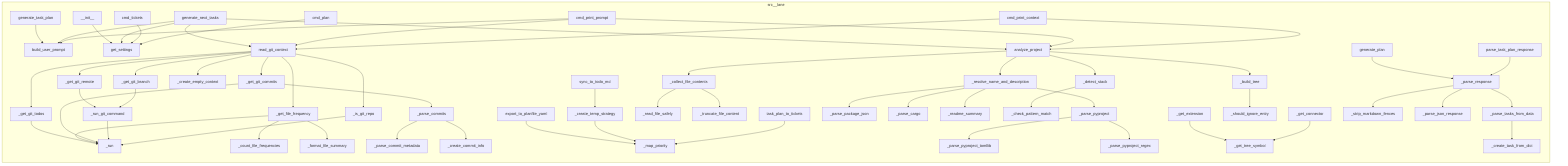
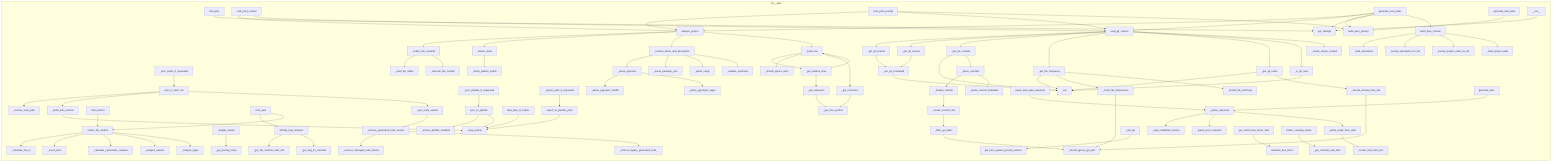
flowchart LR
%% generated in 0.00s
    subgraph src__lane
+         src__lane__providers__openai_compat___parse_tasks_from_data["_parse_tasks_from_data"]
+         src__lane__git_reader___should_include_todo_line["_should_include_todo_line"]
+         src__lane__metrics__coupling__collect_coupling_matrix["collect_coupling_matrix"]
+         src__lane__llm_client__OpenAICompatibleLLMClient__generate_task_plan["generate_task_plan"]
+         src__lane__koru_context__build_koru_context["build_koru_context"]
+         src__lane__git_reader___create_empty_context["_create_empty_context"]
+         src__lane__ticket_generator___remove_generated_todo_sections["_remove_generated_todo_section"]
+         src__lane__metrics__complexity___count_lines["_count_lines"]
+         src__lane__project_analyzer___check_pattern_match["_check_pattern_match"]
+         src__lane__project_analyzer___truncate_file_content["_truncate_file_content"]
+         src__lane__metrics__complexity___calculate_fan_in["_calculate_fan_in"]
+         src__lane__project_analyzer___parse_cargo["_parse_cargo"]
+         src__lane__providers__openai_compat___create_task_from_dict["_create_task_from_dict"]
        src__lane__llm_client__build_user_prompt["build_user_prompt"]
+         src__lane__ticket_generator__sync_to_todo_md["sync_to_todo_md"]
+         src__lane__cli___export_yaml_if_requested["_export_yaml_if_requested"]
+         src__lane__cli__cmd_auto["cmd_auto"]
+         src__lane__ticket_generator___ensure_planfile_installed["_ensure_planfile_installed"]
+         src__lane__project_analyzer___detect_stack["_detect_stack"]
        src__lane__project_analyzer___parse_pyproject_tomllib["_parse_pyproject_tomllib"]
+         src__lane__providers__openai_compat___strip_markdown_fences["_strip_markdown_fences"]
+         src__lane__project_analyzer__analyze_project["analyze_project"]
+         src__lane__cli___sync_todos_if_requested["_sync_todos_if_requested"]
        src__lane__git_reader___is_git_repo["_is_git_repo"]
+         src__lane__ticket_generator___resolve_todo_path["_resolve_todo_path"]
+         src__lane__koru_context___format_project_state_for_llm["_format_project_state_for_llm"]
+         src__lane__providers__openai_compat___parse_json_response["_parse_json_response"]
+         src__lane__git_reader___parse_commit_metadata["_parse_commit_metadata"]
+         src__lane__git_reader___count_file_frequencies["_count_file_frequencies"]
+         src__lane__planner__generate_next_tasks["generate_next_tasks"]
+         src__lane__koru_context___load_operations["_load_operations"]
+         src__lane__providers__openai_compat__OpenAICompatProvider____init__["__init__"]
+         src__lane__ticket_generator___remove_legacy_generated_todo_sections["_remove_legacy_generated_todo_"]
+         src__lane__metrics__hotspots___get_bug_fix_commits["_get_bug_fix_commits"]
+         src__lane__providers__openai_compat___parse_response["_parse_response"]
+         src__lane__git_reader___format_file_summary["_format_file_summary"]
+         src__lane__cli___sync_planfile_if_requested["_sync_planfile_if_requested"]
+         src__lane__koru_context__get_koru_system_prompt_extension["get_koru_system_prompt_extensi"]
+         src__lane__project_analyzer___collect_file_contents["_collect_file_contents"]
+         src__lane__project_analyzer___parse_package_json["_parse_package_json"]
+         src__lane__git_reader___create_commit_info["_create_commit_info"]
+         src__lane__git_reader___get_git_remote["_get_git_remote"]
+         src__lane__cli___get_priority_emoji["_get_priority_emoji"]
+         src__lane__metrics__complexity___analyze_types["_analyze_types"]
+         src__lane__cli__cmd_metrics["cmd_metrics"]
+         src__lane__ticket_generator__sync_to_planfile["sync_to_planfile"]
+         src__lane__metrics__complexity___calculate_cyclomatic_complexity["_calculate_cyclomatic_complexi"]
+         src__lane__metrics__complexity__collect_file_metrics["collect_file_metrics"]
+         src__lane__git_reader___parse_commits["_parse_commits"]
+         src__lane__git_reader___finalize_commit["_finalize_commit"]
+         src__lane__git_reader___get_git_todos["_get_git_todos"]
+         src__lane__metrics__hotspots__calculate_bus_factor["calculate_bus_factor"]
+         src__lane__ticket_generator__task_plan_to_tickets["task_plan_to_tickets"]
+         src__lane__project_analyzer___resolve_name_and_description["_resolve_name_and_description"]
+         src__lane__project_analyzer___get_tree_symbol["_get_tree_symbol"]
+         src__lane__project_analyzer___get_connector["_get_connector"]
+         src__lane__project_analyzer___read_file_safely["_read_file_safely"]
+         src__lane__project_analyzer___get_extension["_get_extension"]
+         src__lane__project_analyzer___should_ignore_entry["_should_ignore_entry"]
+         src__lane__metrics__hotspots__get_critical_bus_factor_files["get_critical_bus_factor_files"]
+         src__lane__metrics__hotspots___get_file_commits_with_info["_get_file_commits_with_info"]
+         src__lane__git_reader___get_git_commits["_get_git_commits"]
+         src__lane__koru_context___load_project_state["_load_project_state"]
+         src__lane__cli__cmd_print_context["cmd_print_context"]
+         src__lane__llm_client__parse_task_plan_response["parse_task_plan_response"]
+         src__lane__metrics__complexity___analyze_imports["_analyze_imports"]
+         src__lane__git_reader___should_ignore_git_path["_should_ignore_git_path"]
+         src__lane__cli___display_tickets["_display_tickets"]
+         src__lane__config__get_settings["get_settings"]
+         src__lane__cli__cmd_plan["cmd_plan"]
+         src__lane__ticket_generator___sync_todo_section["_sync_todo_section"]
+         src__lane__project_analyzer___parse_pyproject["_parse_pyproject"]
+         src__lane__ticket_generator___remove_managed_todo_blocks["_remove_managed_todo_blocks"]
+         src__lane__git_reader___run["_run"]
+         src__lane__koru_context___format_operations_for_llm["_format_operations_for_llm"]
+         src__lane__git_reader___filter_git_paths["_filter_git_paths"]
+         src__lane__git_reader___get_git_branch["_get_git_branch"]
+         src__lane__project_analyzer___get_subtree_lines["_get_subtree_lines"]
+         src__lane__git_reader__read_git_context["read_git_context"]
+         src__lane__ticket_generator___map_priority["_map_priority"]
+         src__lane__providers__openai_compat__OpenAICompatProvider__generate_plan["generate_plan"]
+         src__lane__project_analyzer___parse_pyproject_regex["_parse_pyproject_regex"]
+         src__lane__providers__openai_compat__OpenAICompatProvider___call_api["_call_api"]
        src__lane__project_analyzer___build_tree["_build_tree"]
-         src__lane__project_analyzer__analyze_project["analyze_project"]
-         src__lane__git_reader___run["_run"]
-         src__lane__git_reader___get_git_commits["_get_git_commits"]
+         src__lane__git_reader___run_git_command["_run_git_command"]
+         src__lane__project_analyzer___readme_summary["_readme_summary"]
+         src__lane__git_reader___get_file_frequency["_get_file_frequency"]
+         src__lane__ticket_generator___build_todo_section["_build_todo_section"]
+         src__lane__cli__cmd_print_prompt["cmd_print_prompt"]
        src__lane__ticket_generator__export_to_planfile_yaml["export_to_planfile_yaml"]
-         src__lane__providers__openai_compat__OpenAICompatProvider__generate_plan["generate_plan"]
-         src__lane__project_analyzer___get_tree_symbol["_get_tree_symbol"]
-         src__lane__providers__openai_compat__OpenAICompatProvider____init__["__init__"]
-         src__lane__project_analyzer___detect_stack["_detect_stack"]
-         src__lane__providers__openai_compat___strip_markdown_fences["_strip_markdown_fences"]
-         src__lane__ticket_generator__task_plan_to_tickets["task_plan_to_tickets"]
-         src__lane__cli__cmd_print_context["cmd_print_context"]
-         src__lane__cli__cmd_plan["cmd_plan"]
-         src__lane__planner__generate_next_tasks["generate_next_tasks"]
-         src__lane__git_reader___get_git_todos["_get_git_todos"]
-         src__lane__ticket_generator__sync_to_todo_md["sync_to_todo_md"]
-         src__lane__project_analyzer___readme_summary["_readme_summary"]
-         src__lane__config__get_settings["get_settings"]
-         src__lane__git_reader___get_file_frequency["_get_file_frequency"]
-         src__lane__project_analyzer___parse_pyproject["_parse_pyproject"]
-         src__lane__providers__openai_compat___create_task_from_dict["_create_task_from_dict"]
-         src__lane__providers__openai_compat___parse_response["_parse_response"]
-         src__lane__project_analyzer___read_file_safely["_read_file_safely"]
-         src__lane__project_analyzer___parse_cargo["_parse_cargo"]
-         src__lane__project_analyzer___check_pattern_match["_check_pattern_match"]
-         src__lane__ticket_generator___map_priority["_map_priority"]
-         src__lane__project_analyzer___truncate_file_content["_truncate_file_content"]
-         src__lane__project_analyzer___resolve_name_and_description["_resolve_name_and_description"]
-         src__lane__project_analyzer___collect_file_contents["_collect_file_contents"]
-         src__lane__git_reader___format_file_summary["_format_file_summary"]
-         src__lane__git_reader___parse_commits["_parse_commits"]
-         src__lane__project_analyzer___should_ignore_entry["_should_ignore_entry"]
-         src__lane__git_reader___get_git_remote["_get_git_remote"]
-         src__lane__project_analyzer___get_extension["_get_extension"]
-         src__lane__git_reader___create_commit_info["_create_commit_info"]
-         src__lane__cli__cmd_print_prompt["cmd_print_prompt"]
-         src__lane__project_analyzer___parse_package_json["_parse_package_json"]
-         src__lane__cli__cmd_tickets["cmd_tickets"]
-         src__lane__git_reader___run_git_command["_run_git_command"]
-         src__lane__git_reader___count_file_frequencies["_count_file_frequencies"]
-         src__lane__providers__openai_compat___parse_json_response["_parse_json_response"]
-         src__lane__llm_client__OpenAICompatibleLLMClient__generate_task_plan["generate_task_plan"]
-         src__lane__llm_client__parse_task_plan_response["parse_task_plan_response"]
-         src__lane__git_reader___create_empty_context["_create_empty_context"]
-         src__lane__project_analyzer___get_connector["_get_connector"]
-         src__lane__git_reader___get_git_branch["_get_git_branch"]
-         src__lane__git_reader___parse_commit_metadata["_parse_commit_metadata"]
-         src__lane__project_analyzer___parse_pyproject_regex["_parse_pyproject_regex"]
-         src__lane__ticket_generator___create_temp_strategy["_create_temp_strategy"]
-         src__lane__git_reader__read_git_context["read_git_context"]
-         src__lane__providers__openai_compat___parse_tasks_from_data["_parse_tasks_from_data"]
+         src__lane__metrics__coupling___get_commits_with_files["_get_commits_with_files"]
+         src__lane__metrics__hotspots__identify_bug_hotspots["identify_bug_hotspots"]
    end
    src__lane__cli__cmd_plan --> src__lane__config__get_settings
    src__lane__cli__cmd_print_context --> src__lane__project_analyzer__analyze_project
    src__lane__cli__cmd_print_context --> src__lane__git_reader__read_git_context
    src__lane__cli__cmd_print_prompt --> src__lane__project_analyzer__analyze_project
    src__lane__cli__cmd_print_prompt --> src__lane__git_reader__read_git_context
    src__lane__cli__cmd_print_prompt --> src__lane__llm_client__build_user_prompt
-     src__lane__cli__cmd_tickets --> src__lane__config__get_settings
+     src__lane__cli___sync_todos_if_requested --> src__lane__ticket_generator__sync_to_todo_md
+     src__lane__cli___sync_planfile_if_requested --> src__lane__ticket_generator__sync_to_planfile
+     src__lane__cli___export_yaml_if_requested --> src__lane__ticket_generator__export_to_planfile_yaml
+     src__lane__cli___display_tickets --> src__lane__cli___get_priority_emoji
+     src__lane__cli__cmd_metrics --> src__lane__metrics__complexity__collect_file_metrics
+     src__lane__cli__cmd_auto --> src__lane__metrics__hotspots__identify_bug_hotspots
+     src__lane__cli__cmd_auto --> src__lane__metrics__complexity__collect_file_metrics
    src__lane__git_reader___is_git_repo --> src__lane__git_reader___run
    src__lane__git_reader___run_git_command --> src__lane__git_reader___run
    src__lane__git_reader___get_git_branch --> src__lane__git_reader___run_git_command
    src__lane__git_reader___get_git_remote --> src__lane__git_reader___run_git_command
    src__lane__git_reader___get_git_commits --> src__lane__git_reader___run
    src__lane__git_reader___get_git_commits --> src__lane__git_reader___parse_commits
+     src__lane__git_reader___count_file_frequencies --> src__lane__git_reader___should_ignore_git_path
    src__lane__git_reader___get_file_frequency --> src__lane__git_reader___run
    src__lane__git_reader___get_file_frequency --> src__lane__git_reader___count_file_frequencies
    src__lane__git_reader___get_file_frequency --> src__lane__git_reader___format_file_summary
    src__lane__git_reader___get_git_todos --> src__lane__git_reader___run
+     src__lane__git_reader___get_git_todos --> src__lane__git_reader___should_include_todo_line
    src__lane__git_reader__read_git_context --> src__lane__git_reader___get_git_branch
    src__lane__git_reader__read_git_context --> src__lane__git_reader___get_git_remote
    src__lane__git_reader__read_git_context --> src__lane__git_reader___get_git_commits
    src__lane__git_reader__read_git_context --> src__lane__git_reader___get_file_frequency
    src__lane__git_reader__read_git_context --> src__lane__git_reader___get_git_todos
    src__lane__git_reader__read_git_context --> src__lane__git_reader___is_git_repo
    src__lane__git_reader__read_git_context --> src__lane__git_reader___create_empty_context
+     src__lane__git_reader___create_commit_info --> src__lane__git_reader___filter_git_paths
+     src__lane__git_reader___finalize_commit --> src__lane__git_reader___create_commit_info
+     src__lane__git_reader___parse_commits --> src__lane__git_reader___finalize_commit
    src__lane__git_reader___parse_commits --> src__lane__git_reader___parse_commit_metadata
-     src__lane__git_reader___parse_commits --> src__lane__git_reader___create_commit_info
+     src__lane__git_reader___filter_git_paths --> src__lane__git_reader___should_ignore_git_path
+     src__lane__git_reader___should_include_todo_line --> src__lane__git_reader___should_ignore_git_path
    src__lane__planner__generate_next_tasks --> src__lane__project_analyzer__analyze_project
    src__lane__planner__generate_next_tasks --> src__lane__git_reader__read_git_context
    src__lane__planner__generate_next_tasks --> src__lane__llm_client__build_user_prompt
    src__lane__planner__generate_next_tasks --> src__lane__config__get_settings
+     src__lane__planner__generate_next_tasks --> src__lane__koru_context__build_koru_context
    src__lane__llm_client__parse_task_plan_response --> src__lane__providers__openai_compat___parse_response
    src__lane__llm_client__OpenAICompatibleLLMClient__generate_task_plan --> src__lane__llm_client__build_user_prompt
+     src__lane__koru_context__build_koru_context --> src__lane__koru_context___load_operations
+     src__lane__koru_context__build_koru_context --> src__lane__koru_context___format_operations_for_llm
+     src__lane__koru_context__build_koru_context --> src__lane__koru_context___format_project_state_for_llm
+     src__lane__koru_context__build_koru_context --> src__lane__koru_context___load_project_state
    src__lane__ticket_generator__task_plan_to_tickets --> src__lane__ticket_generator___map_priority
-     src__lane__ticket_generator__sync_to_todo_md --> src__lane__ticket_generator___create_temp_strategy
-     src__lane__ticket_generator___create_temp_strategy --> src__lane__ticket_generator___map_priority
+     src__lane__ticket_generator__sync_to_todo_md --> src__lane__ticket_generator___resolve_todo_path
+     src__lane__ticket_generator__sync_to_todo_md --> src__lane__ticket_generator___build_todo_section
+     src__lane__ticket_generator__sync_to_todo_md --> src__lane__ticket_generator___sync_todo_section
+     src__lane__ticket_generator___build_todo_section --> src__lane__ticket_generator___map_priority
+     src__lane__ticket_generator___sync_todo_section --> src__lane__ticket_generator___remove_generated_todo_sections
+     src__lane__ticket_generator___remove_generated_todo_sections --> src__lane__ticket_generator___remove_managed_todo_blocks
+     src__lane__ticket_generator___remove_generated_todo_sections --> src__lane__ticket_generator___remove_legacy_generated_todo_sections
+     src__lane__ticket_generator__sync_to_planfile --> src__lane__ticket_generator___ensure_planfile_installed
+     src__lane__ticket_generator__sync_to_planfile --> src__lane__ticket_generator___map_priority
    src__lane__ticket_generator__export_to_planfile_yaml --> src__lane__ticket_generator___map_priority
    src__lane__project_analyzer___collect_file_contents --> src__lane__project_analyzer___read_file_safely
    src__lane__project_analyzer___collect_file_contents --> src__lane__project_analyzer___truncate_file_content
    src__lane__project_analyzer___resolve_name_and_description --> src__lane__project_analyzer___parse_pyproject
    src__lane__project_analyzer___resolve_name_and_description --> src__lane__project_analyzer___parse_package_json
    src__lane__project_analyzer___resolve_name_and_description --> src__lane__project_analyzer___parse_cargo
    src__lane__project_analyzer___resolve_name_and_description --> src__lane__project_analyzer___readme_summary
    src__lane__project_analyzer__analyze_project --> src__lane__project_analyzer___collect_file_contents
    src__lane__project_analyzer__analyze_project --> src__lane__project_analyzer___detect_stack
    src__lane__project_analyzer__analyze_project --> src__lane__project_analyzer___resolve_name_and_description
    src__lane__project_analyzer__analyze_project --> src__lane__project_analyzer___build_tree
    src__lane__project_analyzer___detect_stack --> src__lane__project_analyzer___check_pattern_match
    src__lane__project_analyzer___parse_pyproject --> src__lane__project_analyzer___parse_pyproject_tomllib
    src__lane__project_analyzer___parse_pyproject --> src__lane__project_analyzer___parse_pyproject_regex
    src__lane__project_analyzer___get_connector --> src__lane__project_analyzer___get_tree_symbol
    src__lane__project_analyzer___get_extension --> src__lane__project_analyzer___get_tree_symbol
+     src__lane__project_analyzer___get_subtree_lines --> src__lane__project_analyzer___build_tree
+     src__lane__project_analyzer___get_subtree_lines --> src__lane__project_analyzer___get_extension
+     src__lane__project_analyzer___build_tree --> src__lane__project_analyzer___get_subtree_lines
    src__lane__project_analyzer___build_tree --> src__lane__project_analyzer___should_ignore_entry
+     src__lane__project_analyzer___build_tree --> src__lane__project_analyzer___get_connector
    src__lane__providers__openai_compat__OpenAICompatProvider____init__ --> src__lane__config__get_settings
    src__lane__providers__openai_compat__OpenAICompatProvider__generate_plan --> src__lane__providers__openai_compat___parse_response
+     src__lane__providers__openai_compat__OpenAICompatProvider___call_api --> src__lane__koru_context__get_koru_system_prompt_extension
    src__lane__providers__openai_compat___parse_tasks_from_data --> src__lane__providers__openai_compat___create_task_from_dict
    src__lane__providers__openai_compat___parse_response --> src__lane__providers__openai_compat___strip_markdown_fences
    src__lane__providers__openai_compat___parse_response --> src__lane__providers__openai_compat___parse_json_response
    src__lane__providers__openai_compat___parse_response --> src__lane__providers__openai_compat___parse_tasks_from_data
+     src__lane__metrics__complexity__collect_file_metrics --> src__lane__metrics__complexity___calculate_fan_in
+     src__lane__metrics__complexity__collect_file_metrics --> src__lane__metrics__complexity___count_lines
+     src__lane__metrics__complexity__collect_file_metrics --> src__lane__metrics__complexity___calculate_cyclomatic_complexity
+     src__lane__metrics__complexity__collect_file_metrics --> src__lane__metrics__complexity___analyze_imports
+     src__lane__metrics__complexity__collect_file_metrics --> src__lane__metrics__complexity___analyze_types
+     src__lane__metrics__hotspots__identify_bug_hotspots --> src__lane__metrics__hotspots___get_file_commits_with_info
+     src__lane__metrics__hotspots__identify_bug_hotspots --> src__lane__metrics__hotspots___get_bug_fix_commits
+     src__lane__metrics__hotspots__get_critical_bus_factor_files --> src__lane__metrics__hotspots__calculate_bus_factor
+     src__lane__metrics__coupling__collect_coupling_matrix --> src__lane__metrics__coupling___get_commits_with_files
